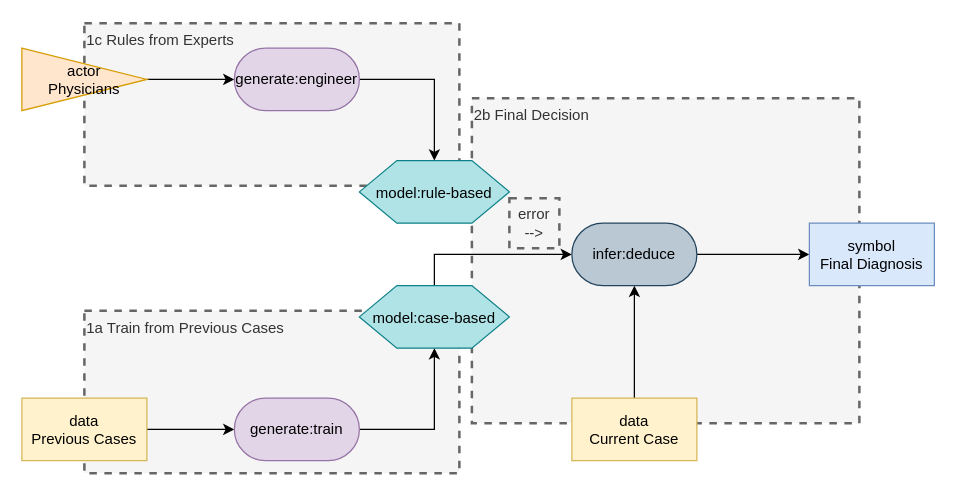
Before: page "Page-1" (1 of 2) of medical patterns to boxologies/Parallel Ensemble of Rules and ML (PERML)/Knowledge Based Decision Support System for Detecting and Diagnosis of Acute Abdomen Using Hybrid Approach.drawio in zonnesmit/thesis, a draw.io diagram. Source tidied: cells renumbered, new cells numbered last; positions are measured from the earlier drawing's top-left corner, leaving out a move shared by most shapes. Both pictures are drawn from the tidied source at 125%, with x=0, y=0 at pixel (21, 22).
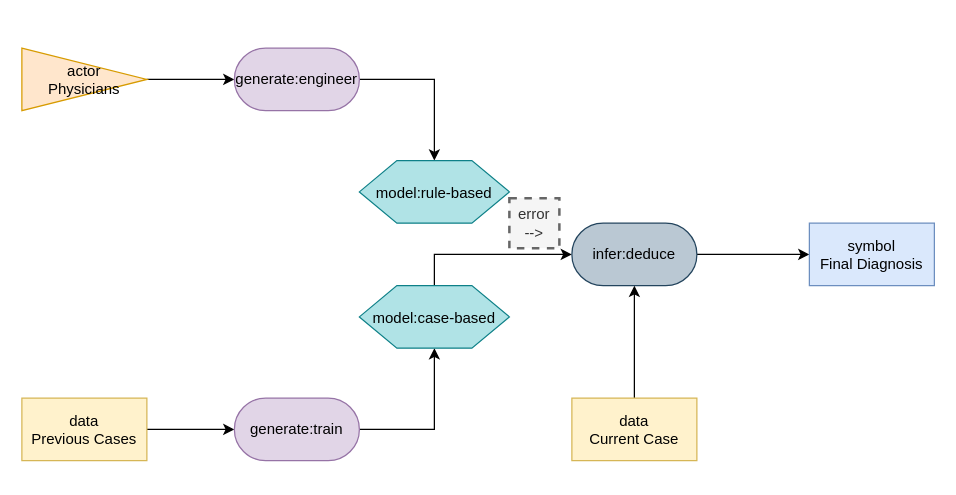
After the change.

Diff of the diagram source:
```diff
@@
-    <mxCell id="2" value="2b Final Decision" style="text;html=1;align=left;verticalAlign=top;whiteSpace=wrap;rounded=0;dashed=1;fillColor=#f5f5f5;fontColor=#333333;strokeColor=#666666;strokeWidth=2;" parent="1" vertex="1">
-      <mxGeometry x="360" y="60" width="310" height="260" as="geometry" />
-    </mxCell>
-    <mxCell id="3" value="1a Train from Previous Cases" style="text;html=1;align=left;verticalAlign=top;whiteSpace=wrap;rounded=0;dashed=1;fillColor=#f5f5f5;fontColor=#333333;strokeColor=#666666;strokeWidth=2;" parent="1" vertex="1">
-      <mxGeometry x="50" y="230" width="300" height="130" as="geometry" />
-    </mxCell>
-    <mxCell id="4" value="1c Rules from Experts" style="text;html=1;align=left;verticalAlign=top;whiteSpace=wrap;rounded=0;dashed=1;fillColor=#f5f5f5;fontColor=#333333;strokeColor=#666666;strokeWidth=2;" parent="1" vertex="1">
-      <mxGeometry x="50" width="300" height="130" as="geometry" />
-    </mxCell>
```
